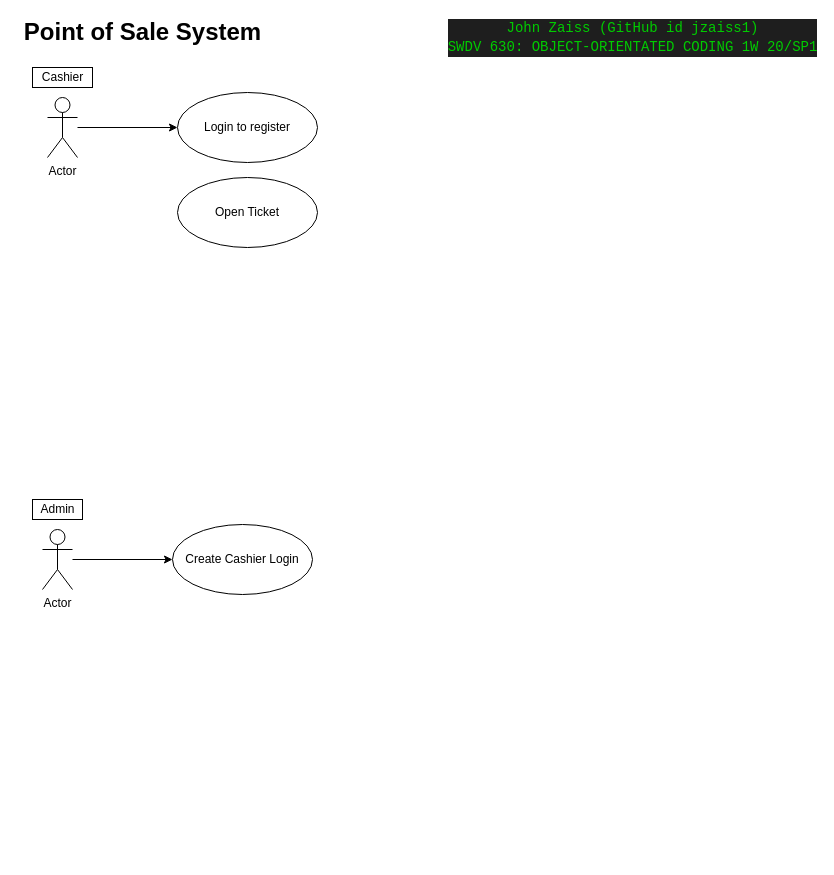
jzaiss1/swdv630-final-project keeps this draw.io diagram as docs/pos-use-case-bubble-diagram-swdv630-jzaiss1.drawio. Above is the earlier version. Source tidied: cells renumbered, new cells numbered last; positions are measured from the earlier drawing's top-left corner, leaving out a move shared by most shapes. Both pictures are drawn from the tidied source at 100%, with x=0, y=0 at pixel (17, 17).
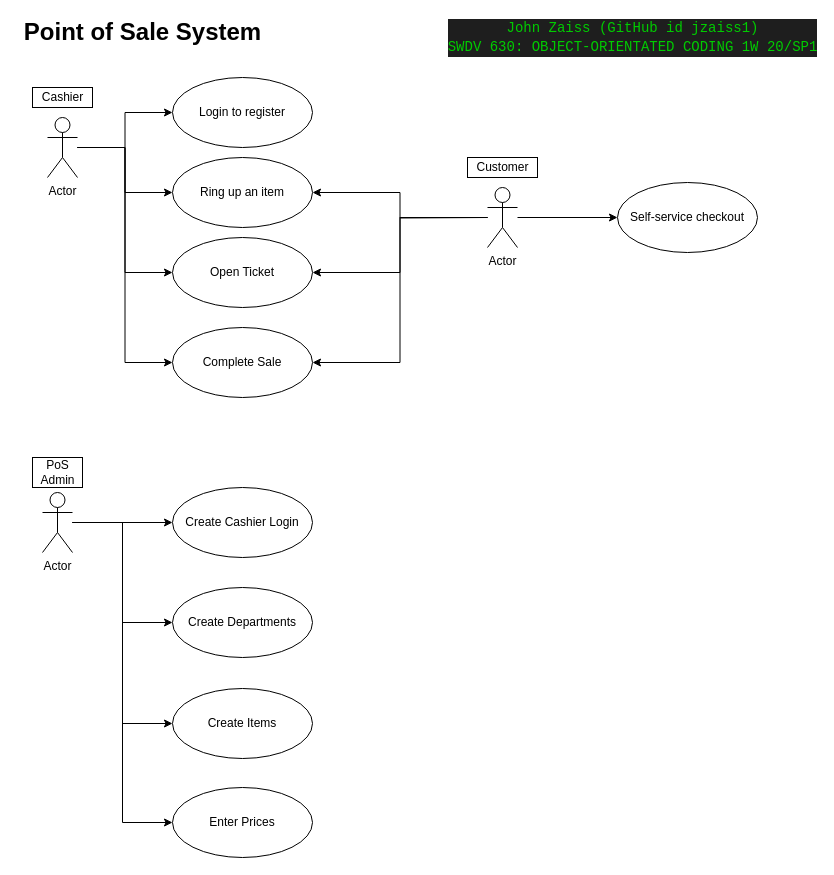
The same diagram, later.

Commit message (it also covers changes not shown here):
updated use case bubble diagrams

Diff of the diagram source:
```diff
@@
-    <mxCell id="2" style="edgeStyle=orthogonalEdgeStyle;rounded=0;jettySize=auto;html=1;fontSize=24;" parent="1" edge="1" source="3" target="7">
+    <mxCell id="2" style="edgeStyle=orthogonalEdgeStyle;rounded=0;jettySize=auto;html=1;entryX=0;entryY=0.5;entryDx=0;entryDy=0;fontSize=12;" parent="1" edge="1" source="3" target="7">
       <mxGeometry relative="1" as="geometry" />
     </mxCell>
+    <mxCell id="13" style="edgeStyle=orthogonalEdgeStyle;rounded=0;jettySize=auto;html=1;entryX=0;entryY=0.5;entryDx=0;entryDy=0;fontSize=12;" parent="1" edge="1" source="3" target="19">
+      <mxGeometry relative="1" as="geometry" />
+    </mxCell>
+    <mxCell id="14" style="edgeStyle=orthogonalEdgeStyle;rounded=0;jettySize=auto;html=1;entryX=0;entryY=0.5;entryDx=0;entryDy=0;fontSize=12;" parent="1" edge="1" source="3" target="12">
+      <mxGeometry relative="1" as="geometry" />
+    </mxCell>
+    <mxCell id="15" style="edgeStyle=orthogonalEdgeStyle;rounded=0;jettySize=auto;html=1;entryX=0;entryY=0.5;entryDx=0;entryDy=0;fontSize=12;" parent="1" edge="1" source="3" target="20">
+      <mxGeometry relative="1" as="geometry" />
+    </mxCell>
     <mxCell id="3" value="Actor" style="shape=umlActor;verticalLabelPosition=bottom;labelBackgroundColor=#ffffff;verticalAlign=top;html=1;outlineConnect=0;" parent="1" vertex="1">
-      <mxGeometry x="30" y="80" width="30" height="60" as="geometry" />
+      <mxGeometry x="30" y="100" width="30" height="60" as="geometry" />
     </mxCell>
     <mxCell id="4" value="Cashier" style="text;html=1;align=center;verticalAlign=middle;strokeColor=#000000;" parent="1" vertex="1">
-      <mxGeometry x="15" y="50" width="60" height="20" as="geometry" />
+      <mxGeometry x="15" y="70" width="60" height="20" as="geometry" />
     </mxCell>
@@
     <mxCell id="7" value="Login to register" style="ellipse;whiteSpace=wrap;html=1;strokeColor=#000000;fontSize=12;" parent="1" vertex="1">
-      <mxGeometry x="160" y="75" width="140" height="70" as="geometry" />
+      <mxGeometry x="155" y="60" width="140" height="70" as="geometry" />
     </mxCell>
@@
+    <mxCell id="16" style="edgeStyle=orthogonalEdgeStyle;rounded=0;jettySize=auto;html=1;entryX=0;entryY=0.5;entryDx=0;entryDy=0;fontSize=12;" parent="1" edge="1" source="9" target="28">
+      <mxGeometry relative="1" as="geometry" />
+    </mxCell>
+    <mxCell id="17" style="edgeStyle=orthogonalEdgeStyle;rounded=0;jettySize=auto;html=1;entryX=0;entryY=0.5;entryDx=0;entryDy=0;fontSize=12;" parent="1" edge="1" source="9" target="29">
+      <mxGeometry relative="1" as="geometry" />
+    </mxCell>
+    <mxCell id="18" style="edgeStyle=orthogonalEdgeStyle;rounded=0;jettySize=auto;html=1;entryX=0;entryY=0.5;entryDx=0;entryDy=0;fontSize=12;" parent="1" edge="1" source="9" target="30">
+      <mxGeometry relative="1" as="geometry" />
+    </mxCell>
     <mxCell id="9" value="Actor" style="shape=umlActor;verticalLabelPosition=bottom;labelBackgroundColor=#ffffff;verticalAlign=top;html=1;outlineConnect=0;" parent="1" vertex="1">
-      <mxGeometry x="25" y="512" width="30" height="60" as="geometry" />
+      <mxGeometry x="25" y="475" width="30" height="60" as="geometry" />
     </mxCell>
-    <mxCell id="10" value="Admin" style="text;html=1;align=center;verticalAlign=middle;strokeColor=#000000;" parent="1" vertex="1">
-      <mxGeometry x="15" y="482" width="50" height="20" as="geometry" />
+    <mxCell id="10" value="&lt;div&gt;PoS&lt;/div&gt;&lt;div&gt;Admin&lt;/div&gt;" style="text;html=1;align=center;verticalAlign=middle;strokeColor=#000000;" parent="1" vertex="1">
+      <mxGeometry x="15" y="440" width="50" height="30" as="geometry" />
     </mxCell>
     <mxCell id="11" value="Create Cashier Login" style="ellipse;whiteSpace=wrap;html=1;strokeColor=#000000;fontSize=12;" parent="1" vertex="1">
-      <mxGeometry x="155" y="507" width="140" height="70" as="geometry" />
+      <mxGeometry x="155" y="470" width="140" height="70" as="geometry" />
     </mxCell>
     <mxCell id="12" value="&lt;div&gt;Open Ticket&lt;/div&gt;" style="ellipse;whiteSpace=wrap;html=1;strokeColor=#000000;fontSize=12;" parent="1" vertex="1">
-      <mxGeometry x="160" y="160" width="140" height="70" as="geometry" />
+      <mxGeometry x="155" y="220" width="140" height="70" as="geometry" />
     </mxCell>
+    <mxCell id="19" value="Ring up an item" style="ellipse;whiteSpace=wrap;html=1;strokeColor=#000000;fontSize=12;" parent="1" vertex="1">
+      <mxGeometry x="155" y="140" width="140" height="70" as="geometry" />
+    </mxCell>
+    <mxCell id="20" value="Complete Sale" style="ellipse;whiteSpace=wrap;html=1;strokeColor=#000000;fontSize=12;" parent="1" vertex="1">
+      <mxGeometry x="155" y="310" width="140" height="70" as="geometry" />
+    </mxCell>
+    <mxCell id="21" style="edgeStyle=orthogonalEdgeStyle;rounded=0;jettySize=auto;html=1;fontSize=24;" parent="1" edge="1" source="25" target="27">
+      <mxGeometry relative="1" as="geometry" />
+    </mxCell>
+    <mxCell id="22" style="edgeStyle=orthogonalEdgeStyle;rounded=0;jettySize=auto;html=1;entryX=1;entryY=0.5;entryDx=0;entryDy=0;fontSize=12;" parent="1" edge="1" target="19">
+      <mxGeometry relative="1" as="geometry">
+        <mxPoint x="470" y="200" as="sourcePoint" />
+      </mxGeometry>
+    </mxCell>
+    <mxCell id="23" style="edgeStyle=orthogonalEdgeStyle;rounded=0;jettySize=auto;html=1;entryX=1;entryY=0.5;entryDx=0;entryDy=0;fontSize=12;" parent="1" edge="1" source="25" target="12">
+      <mxGeometry relative="1" as="geometry" />
+    </mxCell>
+    <mxCell id="24" style="edgeStyle=orthogonalEdgeStyle;rounded=0;jettySize=auto;html=1;entryX=1;entryY=0.5;entryDx=0;entryDy=0;fontSize=12;" parent="1" edge="1" source="25" target="20">
+      <mxGeometry relative="1" as="geometry" />
+    </mxCell>
+    <mxCell id="25" value="Actor" style="shape=umlActor;verticalLabelPosition=bottom;labelBackgroundColor=#ffffff;verticalAlign=top;html=1;outlineConnect=0;" parent="1" vertex="1">
+      <mxGeometry x="470" y="170" width="30" height="60" as="geometry" />
+    </mxCell>
+    <mxCell id="26" value="Customer" style="text;html=1;align=center;verticalAlign=middle;strokeColor=#000000;" parent="1" vertex="1">
+      <mxGeometry x="450" y="140" width="70" height="20" as="geometry" />
+    </mxCell>
+    <mxCell id="27" value="&lt;div&gt;Self-service checkout&lt;/div&gt;" style="ellipse;whiteSpace=wrap;html=1;strokeColor=#000000;fontSize=12;" parent="1" vertex="1">
+      <mxGeometry x="600" y="165" width="140" height="70" as="geometry" />
+    </mxCell>
+    <mxCell id="28" value="Create Departments" style="ellipse;whiteSpace=wrap;html=1;strokeColor=#000000;fontSize=12;" parent="1" vertex="1">
+      <mxGeometry x="155" y="570" width="140" height="70" as="geometry" />
+    </mxCell>
+    <mxCell id="29" value="Create Items" style="ellipse;whiteSpace=wrap;html=1;strokeColor=#000000;fontSize=12;" parent="1" vertex="1">
+      <mxGeometry x="155" y="671" width="140" height="70" as="geometry" />
+    </mxCell>
+    <mxCell id="30" value="Enter Prices" style="ellipse;whiteSpace=wrap;html=1;strokeColor=#000000;fontSize=12;" parent="1" vertex="1">
+      <mxGeometry x="155" y="770" width="140" height="70" as="geometry" />
+    </mxCell>
```
